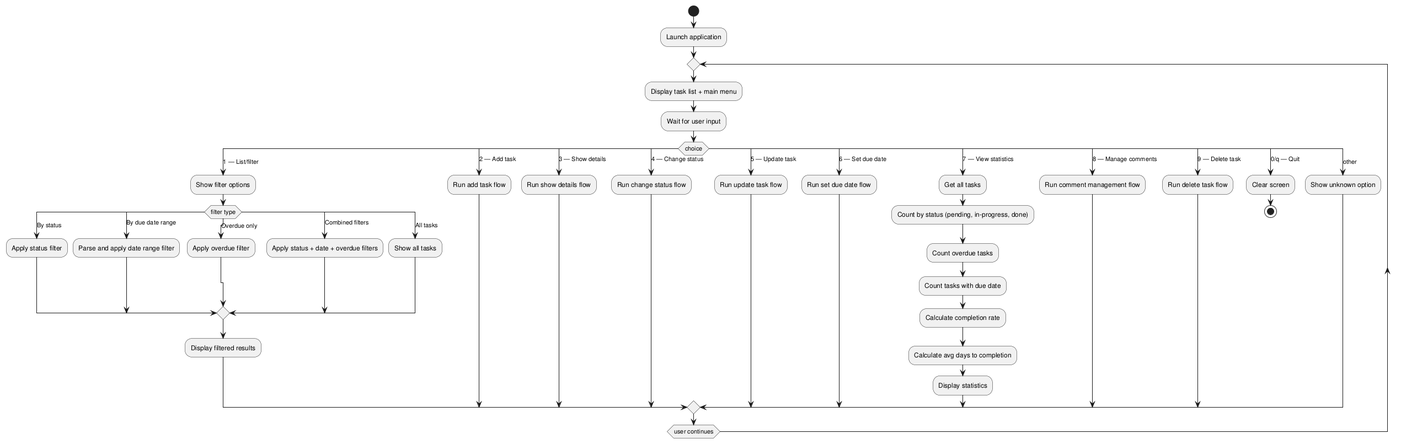
DanielRiha8906/Software_autoevolution_using_agents keeps this PlantUML diagram as experiments/supervisor_as_tools/structured_text/TODO/artifacts/activity_diagram.png. Above is the earlier version.
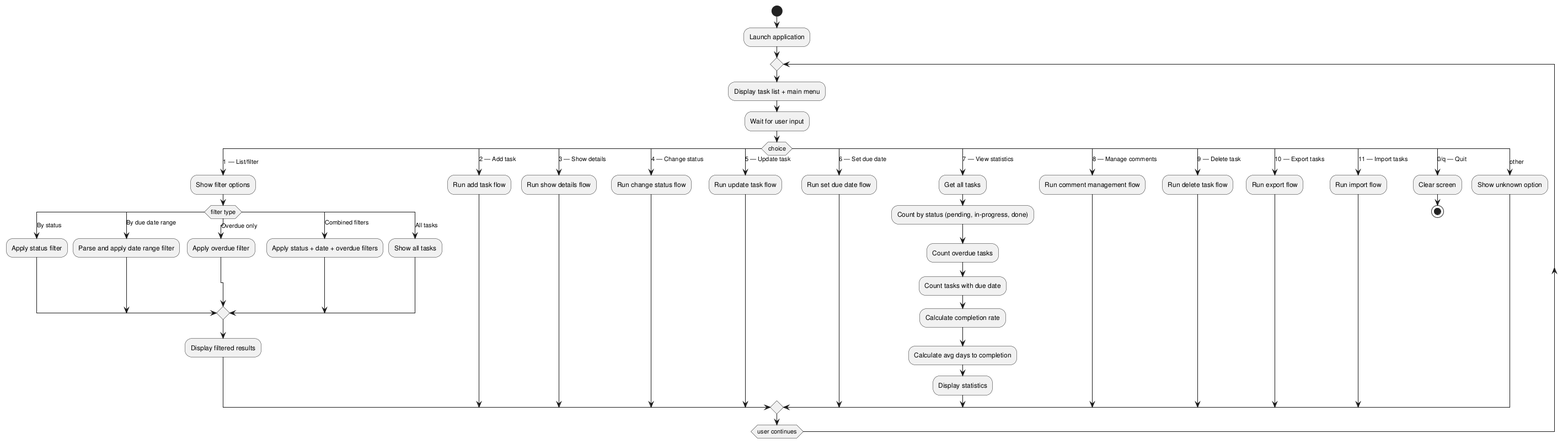
After the change.

Change to the diagram source:
```diff
@@ -45,6 +45,10 @@
       :Run comment management flow;
     case (9 — Delete task)
       :Run delete task flow;
+    case (10 — Export tasks)
+      :Run export flow;
+    case (11 — Import tasks)
+      :Run import flow;
     case (0/q — Quit)
       :Clear screen;
       stop
```
